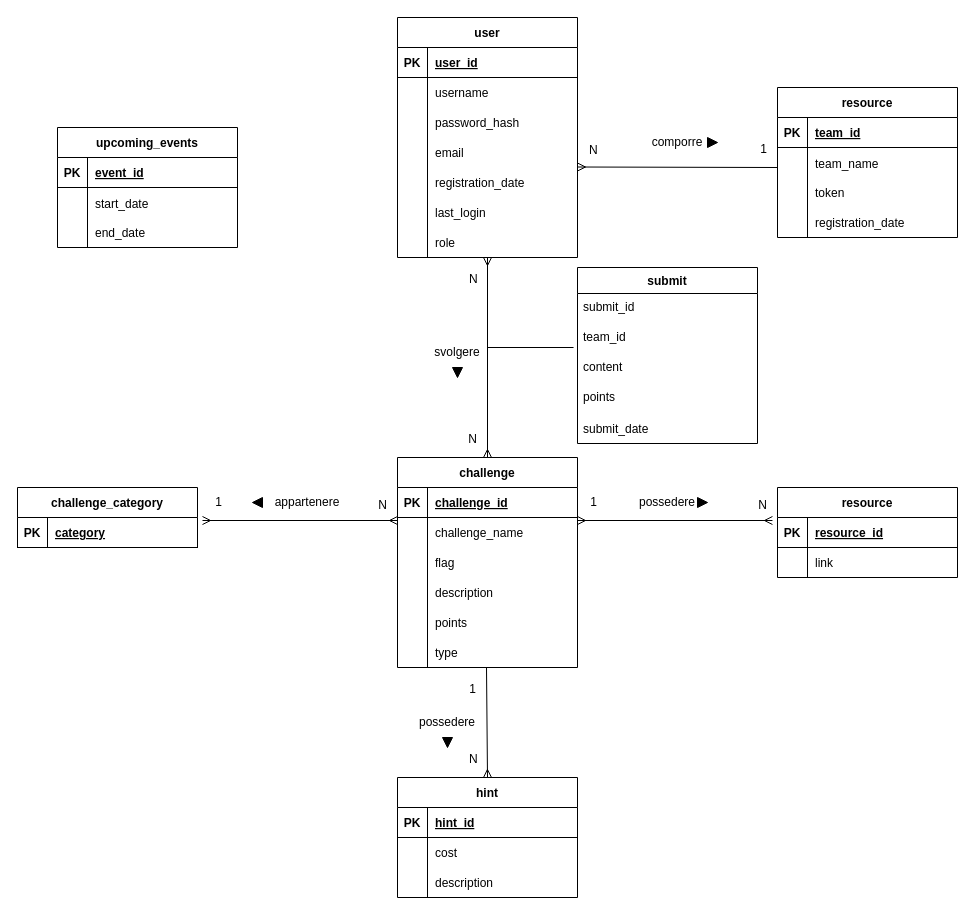
Above: db/ER_diagram.drawio in FeeeDz/H4ckUs4t1_CTF (draw.io), before the change. Source tidied: cells renumbered, new cells numbered last; positions are measured from the earlier drawing's top-left corner, leaving out a move shared by most shapes. Both pictures are drawn from the tidied source at 100%, with x=0, y=0 at pixel (17, 17).
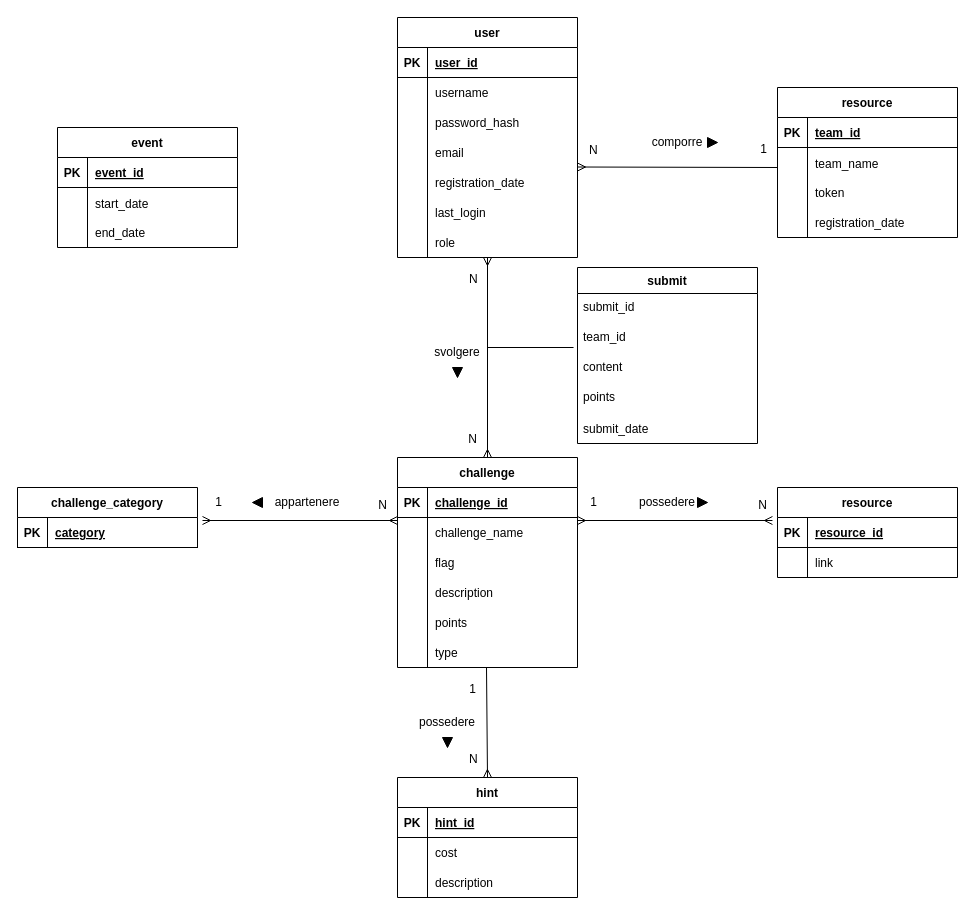
Above is the later version.

Change to the diagram source:
```diff
@@
-    <mxCell id="115" value="upcoming_events" style="shape=table;startSize=30;childLayout=tableLayout;rowLines=0;fontStyle=1;align=center;" parent="1" vertex="1">
+    <mxCell id="115" value="event" style="shape=table;startSize=30;childLayout=tableLayout;rowLines=0;fontStyle=1;align=center;" parent="1" vertex="1">
       <mxGeometry x="40" y="110" width="180" height="120" as="geometry" />
     </mxCell>
```
